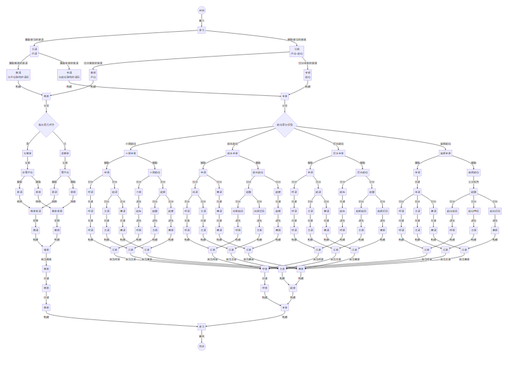
Before: YIME_Theory/flowchart/音元分析流程.png, a diagram exported from Mermaid (tsaanghwang/Yime-prototype). Its source is kept beside it as YIME_Theory/flowchart/音元分析流程.mmd. The source it was exported from:
```mermaid
graph TB
    Start((开始)) --> |输入|A[音节]
        A --> |提取音节的音调|B[节调<br>声调]
        A --> |提取音节的音质|C[节质<br>声母+韵母]

        B --> |提取首音的音调|D1[首调<br>与声母联结的调段]
        B --> |提取干音的音调|D2[干调<br>与韵母联结的调段]
        C --> |切分首音的音质|E1[首质<br>声母]
        C --> |切分干音的音质|E2[干质<br>韵母]

        D1 --> |构成|F[首音]
        E1 --> |构成|F
        D2 --> |构成|G[干音]
        E2 --> |构成|G

        F --> |分类|F0{有无是否对立}
        F0 --> |是|F1[实首音]
        F0 --> |否|F2[虚首音]
        F1 --> |实质| F3[非零声母]
        F2 --> |实质| F4[零声母]

        F3 --> |提取| H1[音调]
        F3 --> |提取| H2[音质]
        F4 --> |提取| H3[音调]
        F4 --> |提取| H4[音质]
        H1 --> |统称| H5
        H3 --> |统称| H5[首音音调]
        H2 --> |统称| H6
        H4 --> |统称| H6[首音音质]
        H5 --> |简称| H7[首调]
        H6 --> |简称| H8[首质]
        H7 --> |构成|H9
        H8 --> |构成|H9[噪音]

        G --> |分类|G0{韵母是何类型}
        G0 --> |三质韵母|G1[三质干音]
        G0 --> |前长韵母|G2[前长干音]
        G0 --> |后长韵母|G3[后长干音]
        G0 --> |单质韵母|G4[单质干音]

        G4 --> |提取|J0[干调]
        J0 --> |传递|J1[干调]
        J1 --> |切分|J2[呼调]
        J1 --> |切分|J3[主调]
        J1 --> |切分|J4[末调]
        J2 --> |传递|J31[呼调]
        J3 --> |传递|J32[主调]
        J4 --> |传递|J33[末调]
        G4 --> |提取|J5[单质韵母]
        J5 --> |又分析为|J6[韵腹]
        J6 --> |切分|J61[韵母前段]
        J6 --> |切分|J62[韵母中段]
        J6 --> |切分|J63[韵母后段]

        G3 --> |提取|K0[干调]
        K0 --> |切分|K1[呼调]
        K0 --> |切分|K2[韵调]
        K1 --> |传递|K3[呼调]
        K2 --> |切分|K21[主调]
        K2 --> |切分|K22[末调]
        K3 --> |传递|K31[呼调]
        K21 --> |传递|K32[主调]
        K22 --> |传递|K33[末调]
        G3 --> |提取|K4[后长韵母]
        K4 --> |切分|K5[韵头]
        K4 --> |切分|K6[韵腹]
        K5 --> |传递|K51[韵头]
        K6 --> |切分|K61[韵质前段]
        K6 --> |切分|K62[韵质后段]

        G2 --> |提取|L0[干调]
        L0 --> |切分|L1[间调]
        L0 --> |切分|L2[末调]
        L1 --> |切分|L11[呼调]
        L1 --> |切分|L12[主调]
        L2 --> |传递|L3[末调]
        L11 --> |传递|L31[呼调]
        L12 --> |传递|L32[主调]
        L3 --> |传递|L33[末调]
        G2 --> |提取|L4[前长韵母]
        L4 --> |切分|L5[韵腹]
        L4 --> |切分|L6[韵尾]
        L5 --> |切分|L51[间质前段]
        L5 --> |切分|L52[间质后段]
        L6 --> |传递|L61[韵尾]

        G1 --> |提取|M0[干调]
        M0 --> |切分|M1[呼调]
        M0 --> |切分|M2[韵调]
        M1 --> |传递|M3[呼调]
        M2 --> |切分|M21[主调]
        M2 --> |切分|M22[末调]
        M3 --> |传递|M31[呼调]
        M21 --> |传递|M32[主调]
        M22 --> |传递|M33[末调]
        G1 --> |提取|M4[三质韵母]
        M4 --> |切分|M5[介质]
        M4 --> |切分|M6[韵质]
        M5 --> |改名|M51[韵头]
        M6 --> |切分|M61[韵腹]
        M6 --> |切分|M62[韵尾]

        J61 --> |改名|J7[呼质]
        J62 --> |改名|J8[主质]
        J63 --> |改名|J9[末质]
        K51 --> |改名|K7[呼质]
        K61 --> |改名|K8[主质]
        K62 --> |改名|K9[末质]
        L51 --> |改名|L7[呼质]
        L52 --> |改名|L8[主质]
        L61 --> |改名|L9[末质]
        M51 --> |改名|M7[呼质]
        M61 --> |改名|M8[主质]
        M62 --> |改名|M9[末质]

        J31 --> |构成|N1[乐音]
        J7 --> |构成|N1
        J32 --> |构成|N2[乐音]
        J8 --> |构成|N2
        J33 --> |构成|N3[乐音]
        J9 --> |构成|N3

        K31 --> |构成|O1[乐音]
        K7 --> |构成|O1
        K32 --> |构成|O2[乐音]
        K8 --> |构成|O2
        K33 --> |构成|O3[乐音]
        K9 --> |构成|O3

        L31 --> |构成|P1[乐音]
        L7 --> |构成|P1
        L32 --> |构成|P2[乐音]
        L8 --> |构成|P2
        L33 --> |构成|P3[乐音]
        L9 --> |构成|P3

        M31 --> |构成|P4[乐音]
        M7 --> |构成|P4
        M32 --> |构成|P5[乐音]
        M8 --> |构成|P5
        M33 --> |构成|P6[乐音]
        M9 --> |构成|P6

        H9 --> |充当首音|Q[首音]
        N1 --> |充当呼音|R[呼音]
        N2 --> |充当主音|S[主音]
        N3 --> |充当末音|T[末音]

        O1 --> |充当呼音|R
        O2 --> |充当主音|S
        O3 --> |充当末音|T

        P1 --> |充当呼音|R
        P2 --> |充当主音|S
        P3 --> |充当末音|T

        P4 --> |充当呼音|R
        P5 --> |充当主音|S
        P6 --> |充当末音|T

        Q --> |传递|U[首音]
        R --> |传递|V[呼音]
        S --> |构成|W[韵音]
        T --> |构成|W

        U --> |传递|X[首音]
        V --> |构成|Y[干音]
        W --> |构成|Y

        X --> |构成|Z[音节]
        Y --> |构成|Z
    Z --> |输出|End((结束))
```
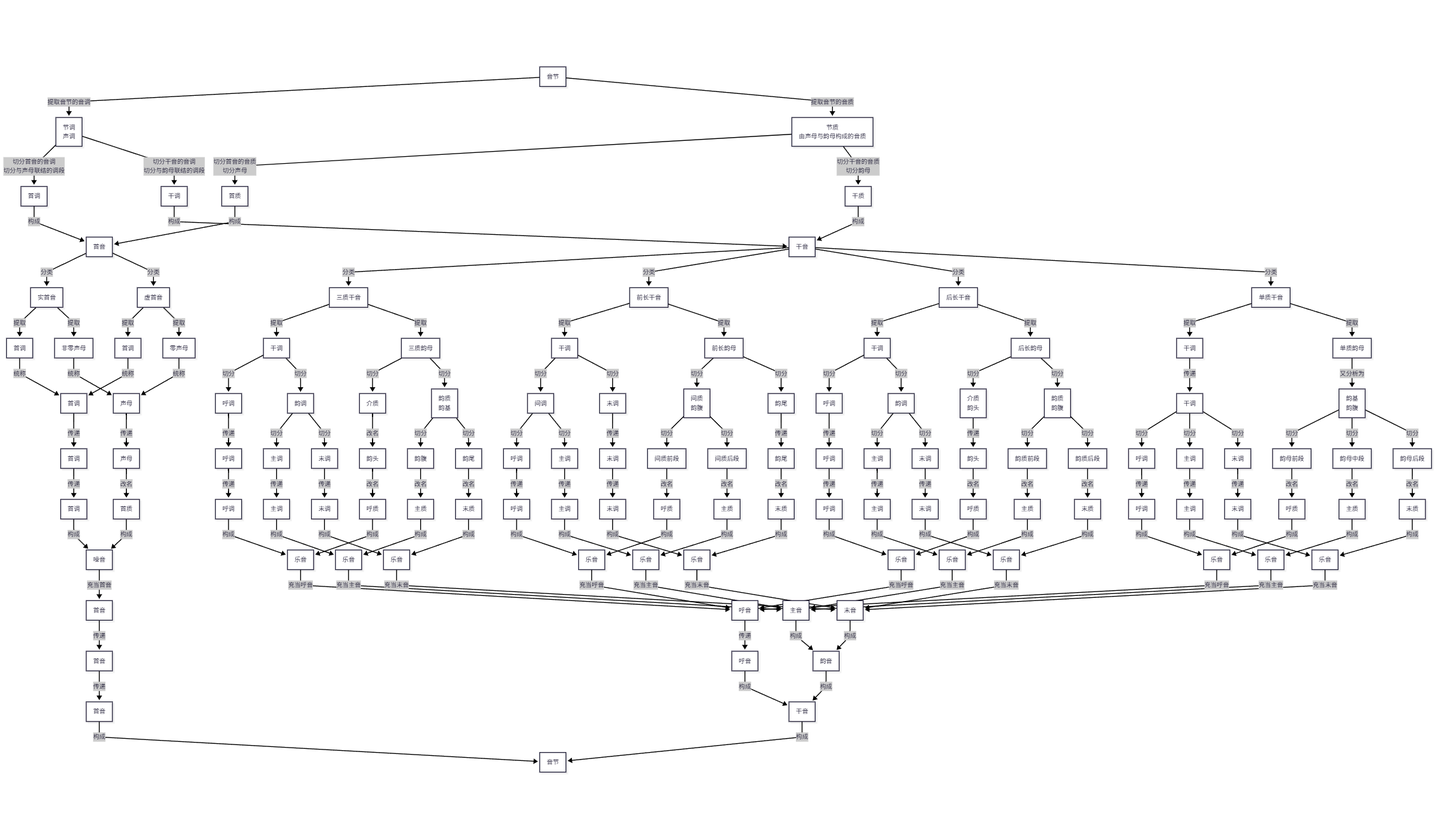
After the commit.

Change to the diagram source:
```diff
@@ -1,42 +1,39 @@
-graph TB
-    Start((开始)) --> |输入|A[音节]
-        A --> |提取音节的音调|B[节调<br>声调]
-        A --> |提取音节的音质|C[节质<br>声母+韵母]
+graph LR
+        A[音节] --> |提取音节的音调|B[节调<br>声调]
+        A --> |提取音节的音质|C[节质<br>由声母与韵母构成的音质]
 
-        B --> |提取首音的音调|D1[首调<br>与声母联结的调段]
-        B --> |提取干音的音调|D2[干调<br>与韵母联结的调段]
-        C --> |切分首音的音质|E1[首质<br>声母]
-        C --> |切分干音的音质|E2[干质<br>韵母]
+        B --> |切分首音的音调<br>切分与声母联结的调段|D1[首调]
+        B --> |切分干音的音调<br>切分与韵母联结的调段|D2[干调]
+        C --> |切分首音的音质<br>切分声母|E1[首质]
+        C --> |切分干音的音质<br>切分韵母|E2[干质]
 
         D1 --> |构成|F[首音]
         E1 --> |构成|F
         D2 --> |构成|G[干音]
         E2 --> |构成|G
 
-        F --> |分类|F0{有无是否对立}
-        F0 --> |是|F1[实首音]
-        F0 --> |否|F2[虚首音]
-        F1 --> |实质| F3[非零声母]
-        F2 --> |实质| F4[零声母]
+        F --> |分类|F1[实首音]
+        F --> |分类|F2[虚首音]
+        F1 --> |提取| F3[首调]
+        F1 --> |提取| F4[非零声母]
+        F2 --> |提取| F5[首调]
+        F2 --> |提取| F6[零声母]
 
-        F3 --> |提取| H1[音调]
-        F3 --> |提取| H2[音质]
-        F4 --> |提取| H3[音调]
-        F4 --> |提取| H4[音质]
-        H1 --> |统称| H5
-        H3 --> |统称| H5[首音音调]
-        H2 --> |统称| H6
-        H4 --> |统称| H6[首音音质]
-        H5 --> |简称| H7[首调]
-        H6 --> |简称| H8[首质]
-        H7 --> |构成|H9
-        H8 --> |构成|H9[噪音]
+        F3 --> |统称| H1
+        F5 --> |统称| H1[首调]
+        F4 --> |统称| H2
+        F6 --> |统称| H2[声母]
+        H1 --> |传递| H3[首调]
+        H2 --> |传递| H4[声母]
+        H3 --> |传递| H5[首调]
+        H4 --> |改名| H6[首质]
+        H5 --> |构成|H7
+        H6 --> |构成|H7[噪音]
 
-        G --> |分类|G0{韵母是何类型}
-        G0 --> |三质韵母|G1[三质干音]
-        G0 --> |前长韵母|G2[前长干音]
-        G0 --> |后长韵母|G3[后长干音]
-        G0 --> |单质韵母|G4[单质干音]
+        G --> |分类|G1[三质干音]
+        G --> |分类|G2[前长干音]
+        G --> |分类|G3[后长干音]
+        G --> |分类|G4[单质干音]
 
         G4 --> |提取|J0[干调]
         J0 --> |传递|J1[干调]
@@ -47,7 +44,7 @@
         J3 --> |传递|J32[主调]
         J4 --> |传递|J33[末调]
         G4 --> |提取|J5[单质韵母]
-        J5 --> |又分析为|J6[韵腹]
+        J5 --> |又分析为|J6[韵基<br>韵腹]
         J6 --> |切分|J61[韵母前段]
         J6 --> |切分|J62[韵母中段]
         J6 --> |切分|J63[韵母后段]
@@ -62,8 +59,8 @@
         K21 --> |传递|K32[主调]
         K22 --> |传递|K33[末调]
         G3 --> |提取|K4[后长韵母]
-        K4 --> |切分|K5[韵头]
-        K4 --> |切分|K6[韵腹]
+        K4 --> |切分|K5[介质<br>韵头]
+        K4 --> |切分|K6[韵质<br>韵腹]
         K5 --> |传递|K51[韵头]
         K6 --> |切分|K61[韵质前段]
         K6 --> |切分|K62[韵质后段]
@@ -78,7 +75,7 @@
         L12 --> |传递|L32[主调]
         L3 --> |传递|L33[末调]
         G2 --> |提取|L4[前长韵母]
-        L4 --> |切分|L5[韵腹]
+        L4 --> |切分|L5[间质<br>韵腹]
         L4 --> |切分|L6[韵尾]
         L5 --> |切分|L51[间质前段]
         L5 --> |切分|L52[间质后段]
@@ -95,7 +92,7 @@
         M22 --> |传递|M33[末调]
         G1 --> |提取|M4[三质韵母]
         M4 --> |切分|M5[介质]
-        M4 --> |切分|M6[韵质]
+        M4 --> |切分|M6[韵质<br>韵基]
         M5 --> |改名|M51[韵头]
         M6 --> |切分|M61[韵腹]
         M6 --> |切分|M62[韵尾]
@@ -141,7 +138,7 @@
         M33 --> |构成|P6[乐音]
         M9 --> |构成|P6
 
-        H9 --> |充当首音|Q[首音]
+        H7 --> |充当首音|Q[首音]
         N1 --> |充当呼音|R[呼音]
         N2 --> |充当主音|S[主音]
         N3 --> |充当末音|T[末音]
@@ -169,4 +166,3 @@
 
         X --> |构成|Z[音节]
         Y --> |构成|Z
-    Z --> |输出|End((结束))
```
